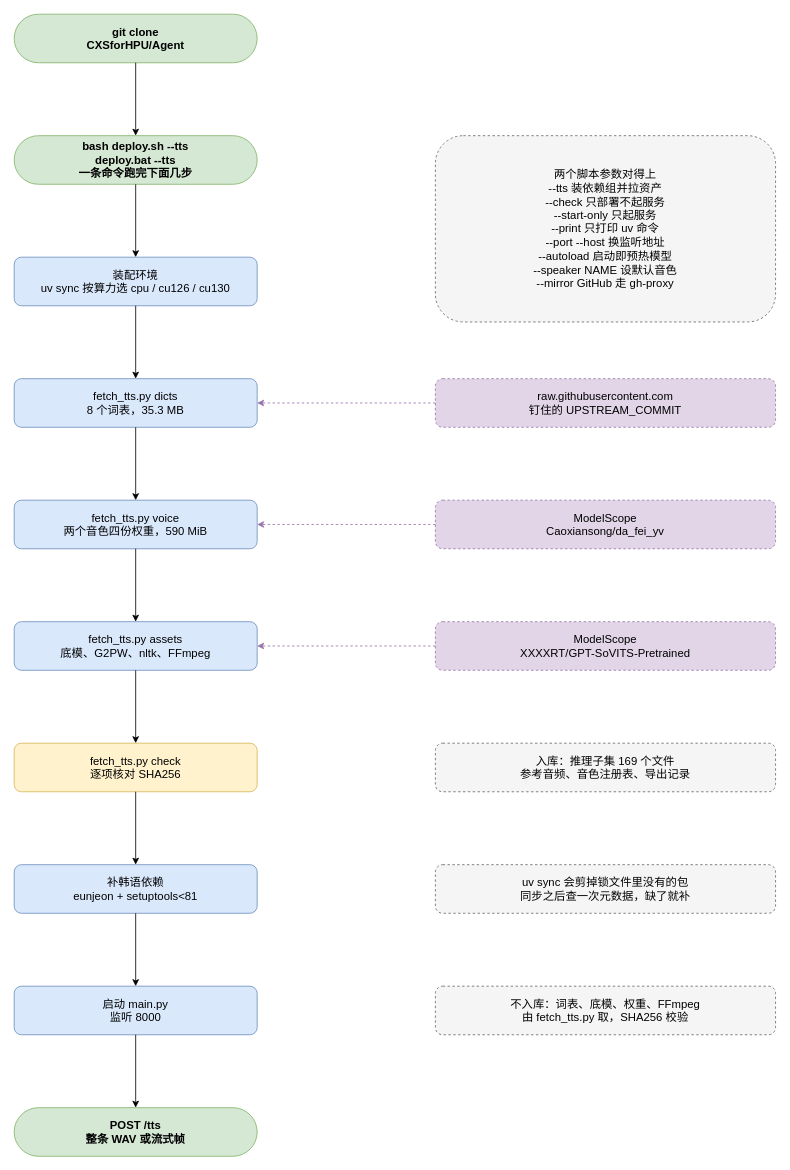
Earlier version of the draw.io diagram diagrams/tts-deploy-flow.drawio (CXSforHPU/Agent). Source tidied: cells renumbered, new cells numbered last; positions are measured from the earlier drawing's top-left corner, leaving out a move shared by most shapes. Both pictures are drawn from the tidied source at 81%, with x=0, y=0 at pixel (14, 14).
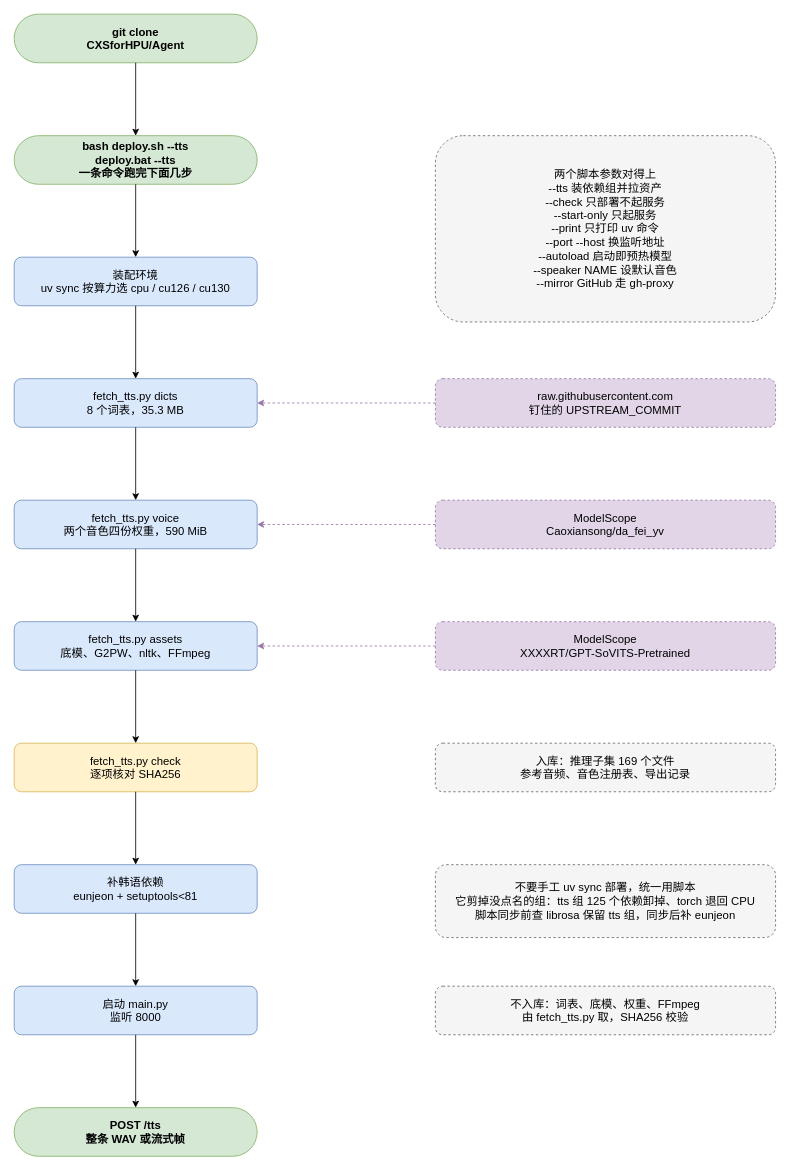
The same page after the edit.

Diff of the diagram source:
```diff
@@
-    <mxCell id="17" value="uv sync 会剪掉锁文件里没有的包&#10;同步之后查一次元数据，缺了就补" style="rounded=1;whiteSpace=wrap;html=1;fillColor=#f5f5f5;strokeColor=#666666;fontSize=14;dashed=1;" parent="1" vertex="1">
-      <mxGeometry x="520" y="1050" width="420" height="60" as="geometry" />
+    <mxCell id="17" value="不要手工 uv sync 部署，统一用脚本&#10;它剪掉没点名的组：tts 组 125 个依赖卸掉、torch 退回 CPU&#10;脚本同步前查 librosa 保留 tts 组，同步后补 eunjeon" style="rounded=1;whiteSpace=wrap;html=1;fillColor=#f5f5f5;strokeColor=#666666;fontSize=14;dashed=1;" parent="1" vertex="1">
+      <mxGeometry x="520" y="1050" width="420" height="90" as="geometry" />
     </mxCell>
```
